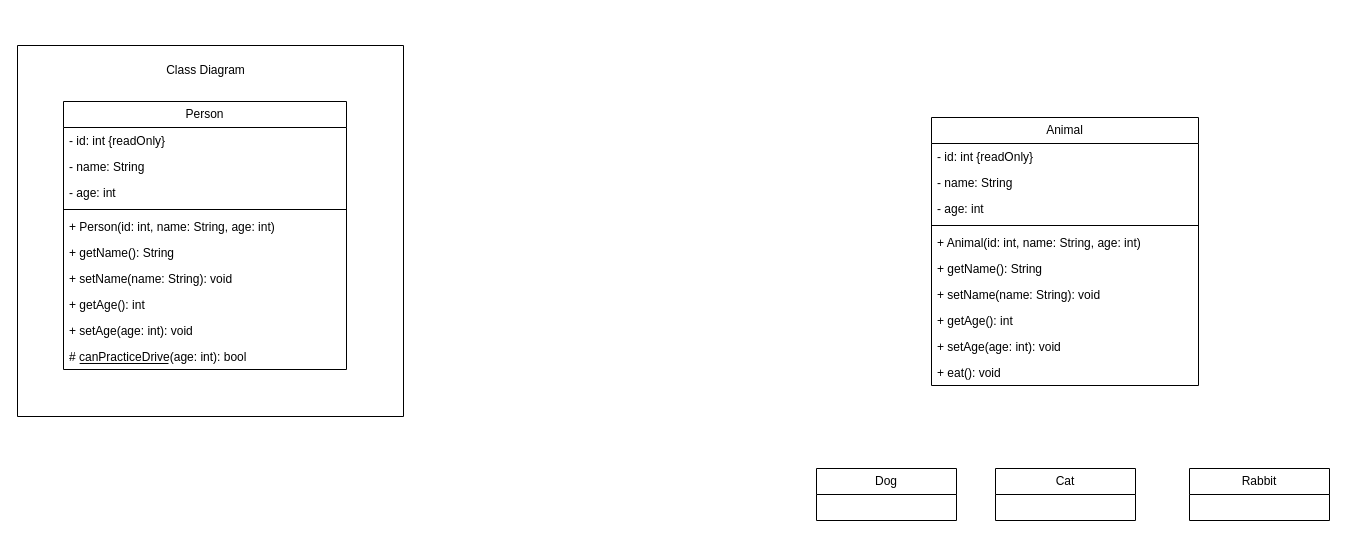
Above: UML.drawio in albinronnkvist/Course_DT187G_JavaII (draw.io), before the change. Source tidied: cells renumbered, new cells numbered last; positions are measured from the earlier drawing's top-left corner, leaving out a move shared by most shapes. Both pictures are drawn from the tidied source at 100%, with x=0, y=0 at pixel (17, 45).
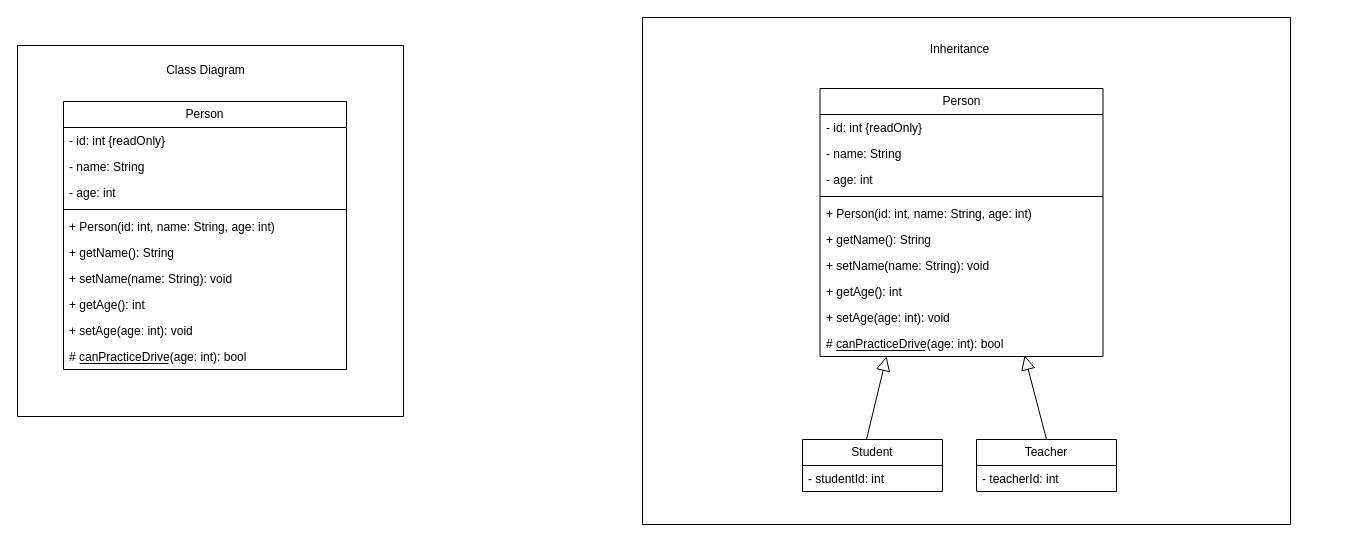
Above is the later version.

Diff of the diagram source:
```diff
@@
-    <mxCell id="2" value="Animal" style="swimlane;fontStyle=0;horizontal=1;startSize=26;fillColor=none;whiteSpace=wrap;html=1;" parent="1" vertex="1">
-      <mxGeometry x="914" y="72" width="267" height="268" as="geometry" />
-    </mxCell>
-    <mxCell id="3" value="- id: int {readOnly}" style="text;strokeColor=none;fillColor=none;align=left;verticalAlign=top;spacingLeft=4;spacingRight=4;overflow=hidden;whiteSpace=wrap;html=1;" parent="2" vertex="1">
-      <mxGeometry y="26" width="267" height="26" as="geometry" />
-    </mxCell>
-    <mxCell id="4" value="- name: String" style="text;strokeColor=none;fillColor=none;align=left;verticalAlign=top;spacingLeft=4;spacingRight=4;overflow=hidden;whiteSpace=wrap;html=1;" parent="2" vertex="1">
-      <mxGeometry y="52" width="267" height="26" as="geometry" />
-    </mxCell>
-    <mxCell id="5" value="- age: int" style="text;strokeColor=none;fillColor=none;align=left;verticalAlign=top;spacingLeft=4;spacingRight=4;overflow=hidden;whiteSpace=wrap;html=1;" parent="2" vertex="1">
-      <mxGeometry y="78" width="267" height="26" as="geometry" />
-    </mxCell>
-    <mxCell id="6" style="line;strokeWidth=1;fillColor=none;align=left;verticalAlign=middle;spacingTop=-1;spacingLeft=3;spacingRight=3;labelPosition=right;strokeColor=inherit;" parent="2" vertex="1">
-      <mxGeometry y="104" width="267" height="8" as="geometry" />
-    </mxCell>
-    <mxCell id="7" value="+ Animal(id: int, name: String, age: int)" style="text;strokeColor=none;fillColor=none;align=left;verticalAlign=top;spacingLeft=4;spacingRight=4;overflow=hidden;whiteSpace=wrap;html=1;" parent="2" vertex="1">
-      <mxGeometry y="112" width="267" height="26" as="geometry" />
-    </mxCell>
-    <mxCell id="8" value="&lt;div&gt;+ getName(): String&lt;br&gt;&lt;/div&gt;" style="text;strokeColor=none;fillColor=none;align=left;verticalAlign=top;spacingLeft=4;spacingRight=4;overflow=hidden;whiteSpace=wrap;html=1;" parent="2" vertex="1">
-      <mxGeometry y="138" width="267" height="26" as="geometry" />
-    </mxCell>
-    <mxCell id="9" value="+ setName(name: String): void" style="text;strokeColor=none;fillColor=none;align=left;verticalAlign=top;spacingLeft=4;spacingRight=4;overflow=hidden;whiteSpace=wrap;html=1;" parent="2" vertex="1">
-      <mxGeometry y="164" width="267" height="26" as="geometry" />
-    </mxCell>
-    <mxCell id="10" value="+ getAge(): int" style="text;strokeColor=none;fillColor=none;align=left;verticalAlign=top;spacingLeft=4;spacingRight=4;overflow=hidden;whiteSpace=wrap;html=1;" parent="2" vertex="1">
-      <mxGeometry y="190" width="267" height="26" as="geometry" />
-    </mxCell>
-    <mxCell id="11" value="+ setAge(age: int): void" style="text;strokeColor=none;fillColor=none;align=left;verticalAlign=top;spacingLeft=4;spacingRight=4;overflow=hidden;whiteSpace=wrap;html=1;" parent="2" vertex="1">
-      <mxGeometry y="216" width="267" height="26" as="geometry" />
-    </mxCell>
-    <mxCell id="12" value="+ eat(): void" style="text;strokeColor=none;fillColor=none;align=left;verticalAlign=top;spacingLeft=4;spacingRight=4;overflow=hidden;whiteSpace=wrap;html=1;" parent="2" vertex="1">
-      <mxGeometry y="242" width="267" height="26" as="geometry" />
-    </mxCell>
-    <mxCell id="13" value="Dog" style="swimlane;fontStyle=0;horizontal=1;startSize=26;fillColor=none;whiteSpace=wrap;html=1;" parent="1" vertex="1">
-      <mxGeometry x="799" y="423" width="140" height="52" as="geometry" />
-    </mxCell>
-    <mxCell id="14" value="Cat" style="swimlane;fontStyle=0;horizontal=1;startSize=26;fillColor=none;whiteSpace=wrap;html=1;" parent="1" vertex="1">
-      <mxGeometry x="978" y="423" width="140" height="52" as="geometry" />
-    </mxCell>
-    <mxCell id="15" value="Rabbit" style="swimlane;fontStyle=0;horizontal=1;startSize=26;fillColor=none;whiteSpace=wrap;html=1;" parent="1" vertex="1">
-      <mxGeometry x="1172" y="423" width="140" height="52" as="geometry" />
-    </mxCell>
@@
+    <mxCell id="30" style="endArrow=block;endFill=0;endSize=12;html=1;rounded=0;exitX=0.457;exitY=0;exitDx=0;exitDy=0;exitPerimeter=0;entryX=0.221;entryY=0.962;entryDx=0;entryDy=0;entryPerimeter=0;" parent="1" edge="1" source="13">
+      <mxGeometry relative="1" as="geometry">
+        <mxPoint x="869" y="311" as="targetPoint" />
+      </mxGeometry>
+    </mxCell>
+    <mxCell id="31" style="swimlane;startSize=0;" parent="1" vertex="1">
+      <mxGeometry x="625" y="-28" width="648" height="507" as="geometry" />
+    </mxCell>
+    <mxCell id="32" value="Person" style="swimlane;fontStyle=0;horizontal=1;startSize=26;fillColor=none;whiteSpace=wrap;html=1;" parent="31" vertex="1">
+      <mxGeometry x="177.5" y="71" width="283" height="268" as="geometry" />
+    </mxCell>
+    <mxCell id="3" value="- id: int {readOnly}" style="text;strokeColor=none;fillColor=none;align=left;verticalAlign=top;spacingLeft=4;spacingRight=4;overflow=hidden;whiteSpace=wrap;html=1;" parent="32" vertex="1">
+      <mxGeometry y="26" width="283" height="26" as="geometry" />
+    </mxCell>
+    <mxCell id="4" value="- name: String" style="text;strokeColor=none;fillColor=none;align=left;verticalAlign=top;spacingLeft=4;spacingRight=4;overflow=hidden;whiteSpace=wrap;html=1;" parent="32" vertex="1">
+      <mxGeometry y="52" width="283" height="26" as="geometry" />
+    </mxCell>
+    <mxCell id="5" value="- age: int" style="text;strokeColor=none;fillColor=none;align=left;verticalAlign=top;spacingLeft=4;spacingRight=4;overflow=hidden;whiteSpace=wrap;html=1;" parent="32" vertex="1">
+      <mxGeometry y="78" width="283" height="26" as="geometry" />
+    </mxCell>
+    <mxCell id="33" style="line;strokeWidth=1;fillColor=none;align=left;verticalAlign=middle;spacingTop=-1;spacingLeft=3;spacingRight=3;labelPosition=right;strokeColor=inherit;" parent="32" vertex="1">
+      <mxGeometry y="104" width="283" height="8" as="geometry" />
+    </mxCell>
+    <mxCell id="34" value="+ Person(id: int, name: String, age: int)" style="text;strokeColor=none;fillColor=none;align=left;verticalAlign=top;spacingLeft=4;spacingRight=4;overflow=hidden;whiteSpace=wrap;html=1;" parent="32" vertex="1">
+      <mxGeometry y="112" width="283" height="26" as="geometry" />
+    </mxCell>
+    <mxCell id="8" value="&lt;div&gt;+ getName(): String&lt;br&gt;&lt;/div&gt;" style="text;strokeColor=none;fillColor=none;align=left;verticalAlign=top;spacingLeft=4;spacingRight=4;overflow=hidden;whiteSpace=wrap;html=1;" parent="32" vertex="1">
+      <mxGeometry y="138" width="283" height="26" as="geometry" />
+    </mxCell>
+    <mxCell id="9" value="+ setName(name: String): void" style="text;strokeColor=none;fillColor=none;align=left;verticalAlign=top;spacingLeft=4;spacingRight=4;overflow=hidden;whiteSpace=wrap;html=1;" parent="32" vertex="1">
+      <mxGeometry y="164" width="283" height="26" as="geometry" />
+    </mxCell>
+    <mxCell id="10" value="+ getAge(): int" style="text;strokeColor=none;fillColor=none;align=left;verticalAlign=top;spacingLeft=4;spacingRight=4;overflow=hidden;whiteSpace=wrap;html=1;" parent="32" vertex="1">
+      <mxGeometry y="190" width="283" height="26" as="geometry" />
+    </mxCell>
+    <mxCell id="11" value="+ setAge(age: int): void" style="text;strokeColor=none;fillColor=none;align=left;verticalAlign=top;spacingLeft=4;spacingRight=4;overflow=hidden;whiteSpace=wrap;html=1;" parent="32" vertex="1">
+      <mxGeometry y="216" width="283" height="26" as="geometry" />
+    </mxCell>
+    <mxCell id="35" value="# &lt;span&gt;canPracticeDrive&lt;/span&gt;(age: int): bool" style="text;strokeColor=none;fillColor=none;align=left;verticalAlign=top;spacingLeft=4;spacingRight=4;overflow=hidden;points=[[0,0.5],[1,0.5]];portConstraint=eastwest;whiteSpace=wrap;html=1;fontStyle=0;" parent="32" vertex="1">
+      <mxGeometry y="242" width="283" height="26" as="geometry" />
+    </mxCell>
+    <mxCell id="36" style="endArrow=none;html=1;rounded=0;exitX=0.057;exitY=0.769;exitDx=0;exitDy=0;exitPerimeter=0;" parent="32" edge="1" source="35">
+      <mxGeometry relative="1" as="geometry">
+        <mxPoint x="105" y="262" as="targetPoint" />
+      </mxGeometry>
+    </mxCell>
+    <mxCell id="37" value="&lt;div&gt;Inheritance&lt;/div&gt;" style="text;html=1;align=center;verticalAlign=middle;strokeColor=none;fillColor=none;" parent="31" vertex="1">
+      <mxGeometry x="278" y="19" width="77" height="26" as="geometry" />
+    </mxCell>
+    <mxCell id="14" value="Teacher" style="swimlane;fontStyle=0;horizontal=1;startSize=26;fillColor=none;whiteSpace=wrap;html=1;" parent="31" vertex="1">
+      <mxGeometry x="334" y="422" width="140" height="52" as="geometry" />
+    </mxCell>
+    <mxCell id="38" value="- teacherId: int" style="text;strokeColor=none;fillColor=none;align=left;verticalAlign=top;spacingLeft=4;spacingRight=4;overflow=hidden;whiteSpace=wrap;html=1;" parent="31" vertex="1">
+      <mxGeometry x="334" y="448" width="140" height="26" as="geometry" />
+    </mxCell>
+    <mxCell id="13" value="Student" style="swimlane;fontStyle=0;horizontal=1;startSize=26;fillColor=none;whiteSpace=wrap;html=1;" parent="31" vertex="1">
+      <mxGeometry x="160" y="422" width="140" height="52" as="geometry" />
+    </mxCell>
+    <mxCell id="39" value="- studentId: int" style="text;strokeColor=none;fillColor=none;align=left;verticalAlign=top;spacingLeft=4;spacingRight=4;overflow=hidden;whiteSpace=wrap;html=1;" parent="13" vertex="1">
+      <mxGeometry y="26" width="140" height="26" as="geometry" />
+    </mxCell>
+    <mxCell id="40" style="endArrow=block;endFill=0;endSize=12;html=1;rounded=0;exitX=0.5;exitY=0;exitDx=0;exitDy=0;entryX=0.723;entryY=0.962;entryDx=0;entryDy=0;entryPerimeter=0;" parent="31" edge="1" source="14" target="35">
+      <mxGeometry relative="1" as="geometry" />
+    </mxCell>
```
